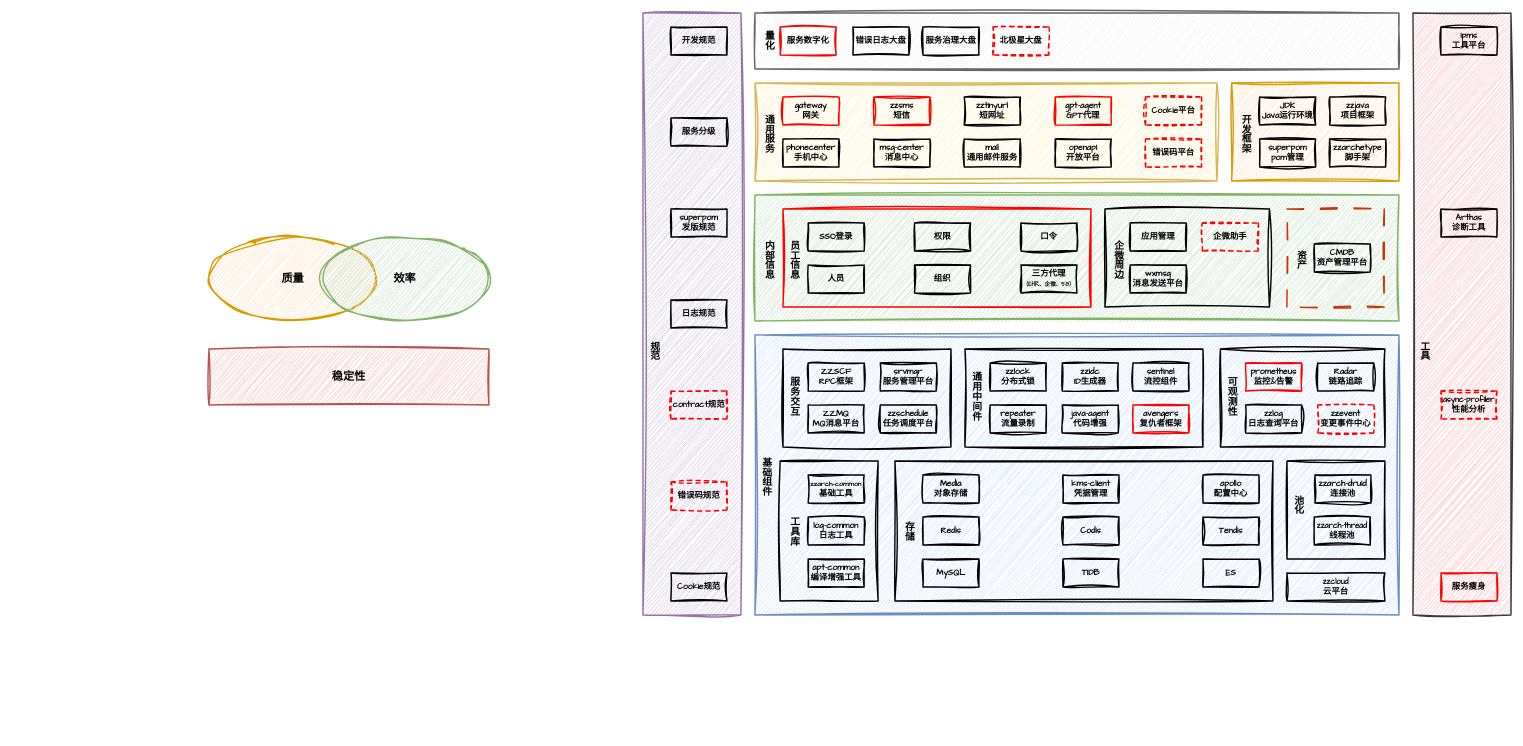
Above: tech/arch/架构部技术体系.drawio in zhuanzhuan-tech/arch-draw-io (draw.io), before the change. Source tidied: cells renumbered, new cells numbered last; positions are measured from the earlier drawing's top-left corner, leaving out a move shared by most shapes. Both pictures are drawn from the tidied source at 70%, with x=0, y=0 at pixel (209, 13).
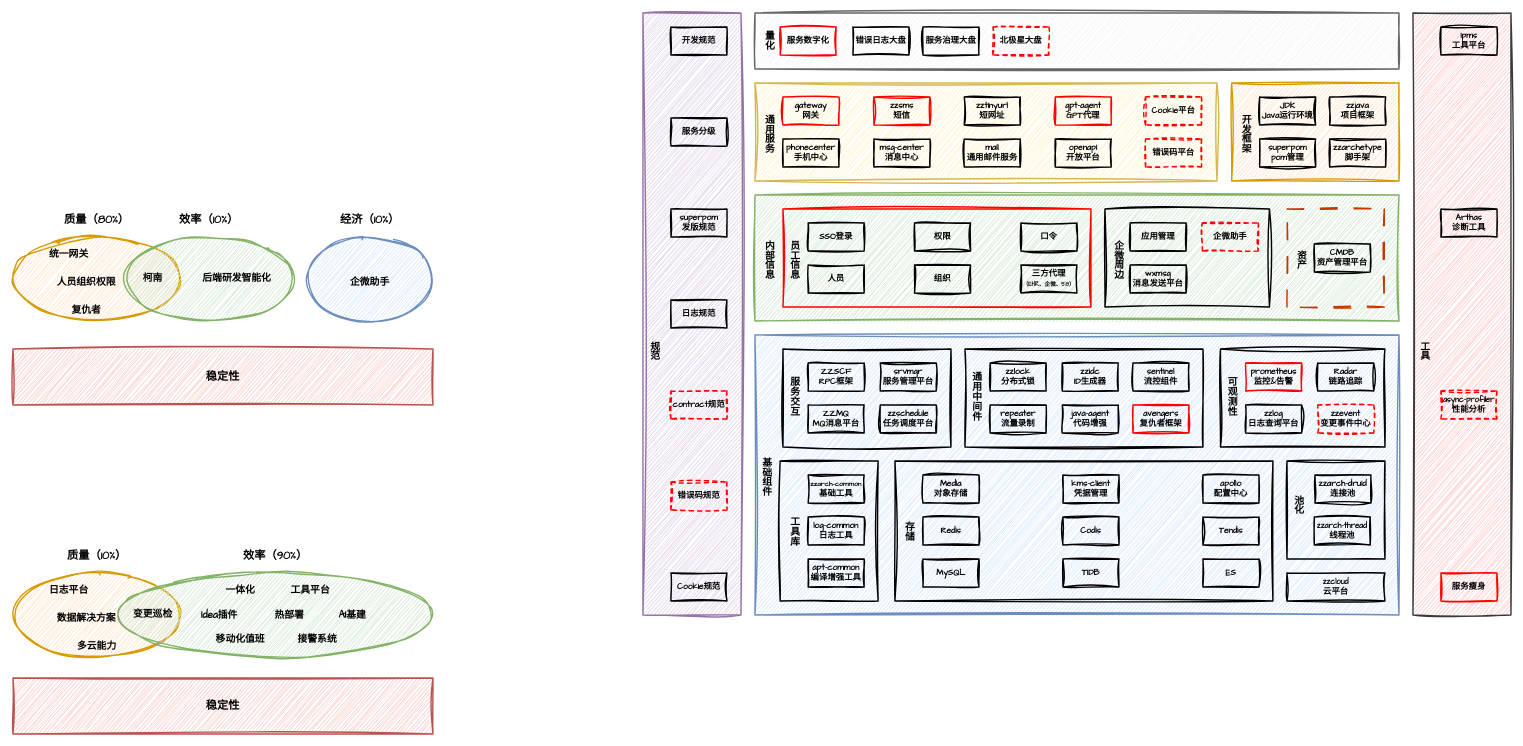
After the change.

Commit message:
更新架构部技术体系.drawio

What changed in the source:
```diff
@@
     <mxCell id="102" value="&lt;font style=&quot;font-size: 16px;&quot;&gt;&lt;b&gt;稳定性&lt;/b&gt;&lt;/font&gt;" style="rounded=0;whiteSpace=wrap;html=1;sketch=1;hachureGap=4;jiggle=2;curveFitting=1;fontFamily=Architects Daughter;fillColor=#f8cecc;strokeWidth=2;strokeColor=#b85450;" parent="1" vertex="1">
-      <mxGeometry y="480" width="400" height="80" as="geometry" />
+      <mxGeometry x="-280" y="480" width="600" height="80" as="geometry" />
     </mxCell>
-    <mxCell id="103" value="&lt;font style=&quot;font-size: 16px;&quot;&gt;&lt;b&gt;质量&lt;/b&gt;&lt;/font&gt;" style="ellipse;whiteSpace=wrap;html=1;sketch=1;hachureGap=4;jiggle=2;curveFitting=1;fontFamily=Architects Daughter;fillColor=#ffe6cc;strokeWidth=2;strokeColor=#d79b00;" parent="1" vertex="1">
-      <mxGeometry y="320" width="240" height="120" as="geometry" />
+    <mxCell id="103" style="ellipse;whiteSpace=wrap;html=1;sketch=1;hachureGap=4;jiggle=2;curveFitting=1;fontFamily=Architects Daughter;fillColor=#ffe6cc;strokeWidth=2;strokeColor=#d79b00;" parent="1" vertex="1">
+      <mxGeometry x="-280" y="320" width="240" height="120" as="geometry" />
     </mxCell>
-    <mxCell id="104" value="&lt;font style=&quot;font-size: 16px;&quot;&gt;&lt;b&gt;效率&lt;/b&gt;&lt;/font&gt;" style="ellipse;whiteSpace=wrap;html=1;sketch=1;hachureGap=4;jiggle=2;curveFitting=1;fontFamily=Architects Daughter;fillColor=#d5e8d4;strokeWidth=2;strokeColor=#82b366;" parent="1" vertex="1">
-      <mxGeometry x="160" y="320" width="240" height="120" as="geometry" />
+    <mxCell id="104" style="ellipse;whiteSpace=wrap;html=1;sketch=1;hachureGap=4;jiggle=2;curveFitting=1;fontFamily=Architects Daughter;fillColor=#d5e8d4;strokeWidth=2;strokeColor=#82b366;" parent="1" vertex="1">
+      <mxGeometry x="-120" y="320" width="240" height="120" as="geometry" />
     </mxCell>
+    <mxCell id="105" style="ellipse;whiteSpace=wrap;html=1;sketch=1;hachureGap=4;jiggle=2;curveFitting=1;fontFamily=Architects Daughter;fillColor=#dae8fc;strokeWidth=2;strokeColor=#6c8ebf;" parent="1" vertex="1">
+      <mxGeometry x="140" y="320" width="180" height="120" as="geometry" />
+    </mxCell>
+    <mxCell id="106" value="&lt;font style=&quot;font-size: 16px;&quot;&gt;&lt;b&gt;质量&lt;/b&gt;&lt;/font&gt;&lt;b style=&quot;color: light-dark(rgb(0, 0, 0), rgb(255, 255, 255)); background-color: transparent; font-size: 16px;&quot;&gt;（80%）&lt;/b&gt;" style="text;html=1;whiteSpace=wrap;strokeColor=none;fillColor=none;align=center;verticalAlign=middle;rounded=0;fontFamily=Architects Daughter;" parent="1" vertex="1">
+      <mxGeometry x="-220" y="280" width="120" height="30" as="geometry" />
+    </mxCell>
+    <mxCell id="107" value="&lt;font style=&quot;font-size: 16px;&quot;&gt;&lt;b&gt;效率&lt;/b&gt;&lt;/font&gt;&lt;b style=&quot;color: light-dark(rgb(0, 0, 0), rgb(255, 255, 255)); background-color: transparent; font-size: 16px;&quot;&gt;（10%）&lt;/b&gt;" style="text;html=1;whiteSpace=wrap;strokeColor=none;fillColor=none;align=center;verticalAlign=middle;rounded=0;fontFamily=Architects Daughter;" parent="1" vertex="1">
+      <mxGeometry x="-55" y="280" width="110" height="30" as="geometry" />
+    </mxCell>
+    <mxCell id="108" value="&lt;b style=&quot;color: light-dark(rgb(0, 0, 0), rgb(255, 255, 255)); background-color: transparent; font-size: 16px;&quot;&gt;经济（10%）&lt;/b&gt;" style="text;html=1;whiteSpace=wrap;strokeColor=none;fillColor=none;align=center;verticalAlign=middle;rounded=0;fontFamily=Architects Daughter;" parent="1" vertex="1">
+      <mxGeometry x="175" y="280" width="110" height="30" as="geometry" />
+    </mxCell>
+    <mxCell id="109" value="&lt;b style=&quot;&quot;&gt;&lt;font style=&quot;font-size: 14px;&quot;&gt;统一网关&lt;/font&gt;&lt;/b&gt;" style="text;html=1;whiteSpace=wrap;strokeColor=none;fillColor=none;align=center;verticalAlign=middle;rounded=0;fontFamily=Architects Daughter;" parent="1" vertex="1">
+      <mxGeometry x="-240" y="330" width="80" height="30" as="geometry" />
+    </mxCell>
+    <mxCell id="110" value="&lt;b style=&quot;&quot;&gt;&lt;font style=&quot;font-size: 14px;&quot;&gt;柯南&lt;/font&gt;&lt;/b&gt;" style="text;html=1;whiteSpace=wrap;strokeColor=none;fillColor=none;align=center;verticalAlign=middle;rounded=0;fontFamily=Architects Daughter;" parent="1" vertex="1">
+      <mxGeometry x="-105" y="365" width="50" height="30" as="geometry" />
+    </mxCell>
+    <mxCell id="111" value="&lt;b style=&quot;&quot;&gt;&lt;font style=&quot;font-size: 14px;&quot;&gt;人员组织权限&lt;/font&gt;&lt;/b&gt;" style="text;html=1;whiteSpace=wrap;strokeColor=none;fillColor=none;align=center;verticalAlign=middle;rounded=0;fontFamily=Architects Daughter;" parent="1" vertex="1">
+      <mxGeometry x="-230" y="370" width="110" height="30" as="geometry" />
+    </mxCell>
+    <mxCell id="112" value="&lt;span style=&quot;font-size: 14px;&quot;&gt;&lt;b&gt;复仇者&lt;/b&gt;&lt;/span&gt;" style="text;html=1;whiteSpace=wrap;strokeColor=none;fillColor=none;align=center;verticalAlign=middle;rounded=0;fontFamily=Architects Daughter;" parent="1" vertex="1">
+      <mxGeometry x="-210" y="410" width="70" height="30" as="geometry" />
+    </mxCell>
+    <mxCell id="113" value="&lt;b style=&quot;&quot;&gt;&lt;font style=&quot;font-size: 14px;&quot;&gt;后端研发智能化&lt;/font&gt;&lt;/b&gt;" style="text;html=1;whiteSpace=wrap;strokeColor=none;fillColor=none;align=center;verticalAlign=middle;rounded=0;fontFamily=Architects Daughter;" parent="1" vertex="1">
+      <mxGeometry x="-20" y="365" width="120" height="30" as="geometry" />
+    </mxCell>
+    <mxCell id="114" value="&lt;b style=&quot;&quot;&gt;&lt;font style=&quot;font-size: 14px;&quot;&gt;企微助手&lt;/font&gt;&lt;/b&gt;" style="text;html=1;whiteSpace=wrap;strokeColor=none;fillColor=none;align=center;verticalAlign=middle;rounded=0;fontFamily=Architects Daughter;" parent="1" vertex="1">
+      <mxGeometry x="190" y="370" width="80" height="30" as="geometry" />
+    </mxCell>
+    <mxCell id="115" value="&lt;font style=&quot;font-size: 16px;&quot;&gt;&lt;b&gt;稳定性&lt;/b&gt;&lt;/font&gt;" style="rounded=0;whiteSpace=wrap;html=1;sketch=1;hachureGap=4;jiggle=2;curveFitting=1;fontFamily=Architects Daughter;fillColor=#f8cecc;strokeWidth=2;strokeColor=#b85450;" parent="1" vertex="1">
+      <mxGeometry x="-280" y="950" width="600" height="80" as="geometry" />
+    </mxCell>
+    <mxCell id="116" style="ellipse;whiteSpace=wrap;html=1;sketch=1;hachureGap=4;jiggle=2;curveFitting=1;fontFamily=Architects Daughter;fillColor=#ffe6cc;strokeWidth=2;strokeColor=#d79b00;" parent="1" vertex="1">
+      <mxGeometry x="-280" y="800" width="240" height="120" as="geometry" />
+    </mxCell>
+    <mxCell id="117" style="ellipse;whiteSpace=wrap;html=1;sketch=1;hachureGap=4;jiggle=2;curveFitting=1;fontFamily=Architects Daughter;fillColor=#d5e8d4;strokeWidth=2;strokeColor=#82b366;" parent="1" vertex="1">
+      <mxGeometry x="-130" y="800" width="450" height="120" as="geometry" />
+    </mxCell>
+    <mxCell id="118" value="&lt;font style=&quot;font-size: 16px;&quot;&gt;&lt;b&gt;质量&lt;/b&gt;&lt;/font&gt;&lt;b style=&quot;color: light-dark(rgb(0, 0, 0), rgb(255, 255, 255)); background-color: transparent; font-size: 16px;&quot;&gt;（10%）&lt;/b&gt;" style="text;html=1;whiteSpace=wrap;strokeColor=none;fillColor=none;align=center;verticalAlign=middle;rounded=0;fontFamily=Architects Daughter;" parent="1" vertex="1">
+      <mxGeometry x="-215" y="760" width="110" height="30" as="geometry" />
+    </mxCell>
+    <mxCell id="119" value="&lt;font style=&quot;font-size: 16px;&quot;&gt;&lt;b&gt;效率&lt;/b&gt;&lt;/font&gt;&lt;b style=&quot;color: light-dark(rgb(0, 0, 0), rgb(255, 255, 255)); background-color: transparent; font-size: 16px;&quot;&gt;（90%）&lt;/b&gt;" style="text;html=1;whiteSpace=wrap;strokeColor=none;fillColor=none;align=center;verticalAlign=middle;rounded=0;fontFamily=Architects Daughter;" parent="1" vertex="1">
+      <mxGeometry x="35" y="760" width="120" height="30" as="geometry" />
+    </mxCell>
+    <mxCell id="120" value="&lt;b style=&quot;&quot;&gt;&lt;font style=&quot;font-size: 14px;&quot;&gt;日志平台&lt;/font&gt;&lt;/b&gt;" style="text;html=1;whiteSpace=wrap;strokeColor=none;fillColor=none;align=center;verticalAlign=middle;rounded=0;fontFamily=Architects Daughter;" parent="1" vertex="1">
+      <mxGeometry x="-240" y="810" width="80" height="30" as="geometry" />
+    </mxCell>
+    <mxCell id="121" value="&lt;b style=&quot;&quot;&gt;&lt;font style=&quot;font-size: 14px;&quot;&gt;数据解决方案&lt;/font&gt;&lt;/b&gt;" style="text;html=1;whiteSpace=wrap;strokeColor=none;fillColor=none;align=center;verticalAlign=middle;rounded=0;fontFamily=Architects Daughter;" parent="1" vertex="1">
+      <mxGeometry x="-230" y="850" width="110" height="30" as="geometry" />
+    </mxCell>
+    <mxCell id="122" value="&lt;span style=&quot;font-size: 14px;&quot;&gt;&lt;b&gt;多云能力&lt;/b&gt;&lt;/span&gt;" style="text;html=1;whiteSpace=wrap;strokeColor=none;fillColor=none;align=center;verticalAlign=middle;rounded=0;fontFamily=Architects Daughter;" parent="1" vertex="1">
+      <mxGeometry x="-200" y="890" width="80" height="30" as="geometry" />
+    </mxCell>
+    <mxCell id="123" value="&lt;b style=&quot;&quot;&gt;&lt;font style=&quot;font-size: 14px;&quot;&gt;一体化&lt;/font&gt;&lt;/b&gt;" style="text;html=1;whiteSpace=wrap;strokeColor=none;fillColor=none;align=center;verticalAlign=middle;rounded=0;fontFamily=Architects Daughter;" parent="1" vertex="1">
+      <mxGeometry x="10" y="810" width="70" height="30" as="geometry" />
+    </mxCell>
+    <mxCell id="124" value="&lt;b style=&quot;&quot;&gt;&lt;font style=&quot;font-size: 14px;&quot;&gt;变更巡检&lt;/font&gt;&lt;/b&gt;" style="text;html=1;whiteSpace=wrap;strokeColor=none;fillColor=none;align=center;verticalAlign=middle;rounded=0;fontFamily=Architects Daughter;" parent="1" vertex="1">
+      <mxGeometry x="-120" y="845" width="80" height="30" as="geometry" />
+    </mxCell>
+    <mxCell id="125" value="&lt;b style=&quot;&quot;&gt;&lt;font style=&quot;font-size: 14px;&quot;&gt;移动化值班&lt;/font&gt;&lt;/b&gt;" style="text;html=1;whiteSpace=wrap;strokeColor=none;fillColor=none;align=center;verticalAlign=middle;rounded=0;fontFamily=Architects Daughter;" parent="1" vertex="1">
+      <mxGeometry y="880" width="90" height="30" as="geometry" />
+    </mxCell>
+    <mxCell id="126" value="&lt;b style=&quot;&quot;&gt;&lt;font style=&quot;font-size: 14px;&quot;&gt;工具平台&lt;/font&gt;&lt;/b&gt;" style="text;html=1;whiteSpace=wrap;strokeColor=none;fillColor=none;align=center;verticalAlign=middle;rounded=0;fontFamily=Architects Daughter;" parent="1" vertex="1">
+      <mxGeometry x="105" y="810" width="80" height="30" as="geometry" />
+    </mxCell>
+    <mxCell id="127" value="&lt;b style=&quot;&quot;&gt;&lt;font style=&quot;font-size: 14px;&quot;&gt;AI基建&lt;/font&gt;&lt;/b&gt;" style="text;html=1;whiteSpace=wrap;strokeColor=none;fillColor=none;align=center;verticalAlign=middle;rounded=0;fontFamily=Architects Daughter;" parent="1" vertex="1">
+      <mxGeometry x="175" y="846" width="60" height="30" as="geometry" />
+    </mxCell>
+    <mxCell id="128" value="&lt;b style=&quot;&quot;&gt;&lt;font style=&quot;font-size: 14px;&quot;&gt;Idea插件&lt;/font&gt;&lt;/b&gt;" style="text;html=1;whiteSpace=wrap;strokeColor=none;fillColor=none;align=center;verticalAlign=middle;rounded=0;fontFamily=Architects Daughter;" parent="1" vertex="1">
+      <mxGeometry x="-25" y="846" width="80" height="30" as="geometry" />
+    </mxCell>
+    <mxCell id="129" value="&lt;b style=&quot;&quot;&gt;&lt;font style=&quot;font-size: 14px;&quot;&gt;热部署&lt;/font&gt;&lt;/b&gt;" style="text;html=1;whiteSpace=wrap;strokeColor=none;fillColor=none;align=center;verticalAlign=middle;rounded=0;fontFamily=Architects Daughter;" parent="1" vertex="1">
+      <mxGeometry x="80" y="846" width="70" height="30" as="geometry" />
+    </mxCell>
+    <mxCell id="130" value="&lt;b style=&quot;&quot;&gt;&lt;font style=&quot;font-size: 14px;&quot;&gt;接警系统&lt;/font&gt;&lt;/b&gt;" style="text;html=1;whiteSpace=wrap;strokeColor=none;fillColor=none;align=center;verticalAlign=middle;rounded=0;fontFamily=Architects Daughter;" parent="1" vertex="1">
+      <mxGeometry x="115" y="880" width="80" height="30" as="geometry" />
+    </mxCell>
```
